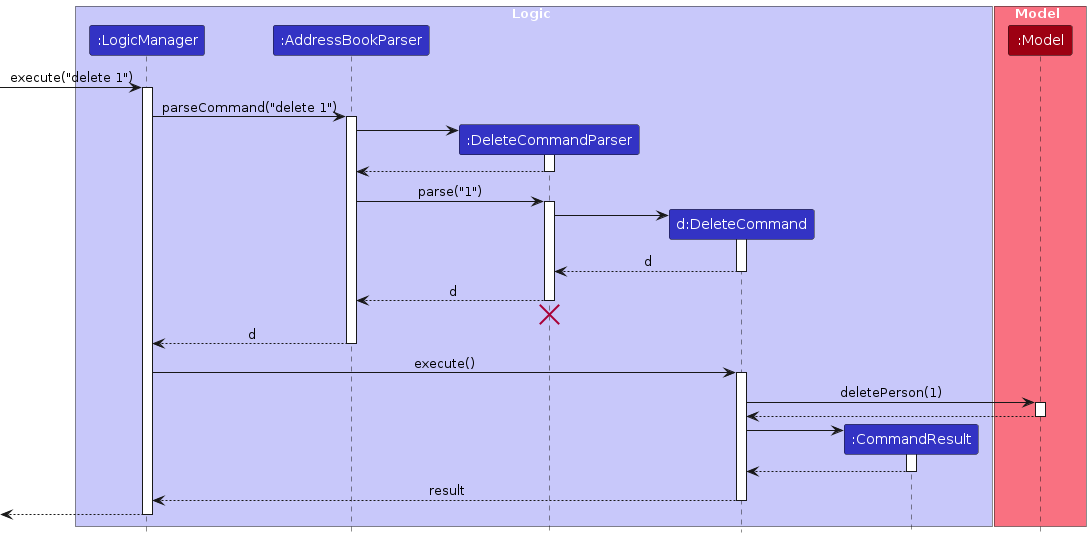
The PlantUML diagram diagrams/DeleteSequenceDiagram.png in craigtonlian/tp, before a commit. Its source is kept beside it as diagrams/DeleteSequenceDiagram.puml. Its diagram source:
```plantuml
@startuml
!include style.puml
skinparam ArrowFontStyle plain

box Logic LOGIC_COLOR_T1
participant ":LogicManager" as LogicManager LOGIC_COLOR
participant ":AddressBookParser" as AddressBookParser LOGIC_COLOR
participant ":DeleteCommandParser" as DeleteCommandParser LOGIC_COLOR
participant "d:DeleteCommand" as DeleteCommand LOGIC_COLOR
participant ":CommandResult" as CommandResult LOGIC_COLOR
end box

box Model MODEL_COLOR_T1
participant ":Model" as Model MODEL_COLOR
end box

[-> LogicManager : execute("delete 1")
activate LogicManager

LogicManager -> AddressBookParser : parseCommand("delete 1")
activate AddressBookParser

create DeleteCommandParser
AddressBookParser -> DeleteCommandParser
activate DeleteCommandParser

DeleteCommandParser --> AddressBookParser
deactivate DeleteCommandParser

AddressBookParser -> DeleteCommandParser : parse("1")
activate DeleteCommandParser

create DeleteCommand
DeleteCommandParser -> DeleteCommand
activate DeleteCommand

DeleteCommand --> DeleteCommandParser : d
deactivate DeleteCommand

DeleteCommandParser --> AddressBookParser : d
deactivate DeleteCommandParser
DeleteCommandParser -[hidden]-> AddressBookParser
destroy DeleteCommandParser

AddressBookParser --> LogicManager : d
deactivate AddressBookParser

LogicManager -> DeleteCommand : execute()
activate DeleteCommand

DeleteCommand -> Model : deletePerson(1)
activate Model

Model --> DeleteCommand
deactivate Model

create CommandResult
DeleteCommand -> CommandResult
activate CommandResult

CommandResult --> DeleteCommand
deactivate CommandResult

DeleteCommand --> LogicManager : result
deactivate DeleteCommand

[<--LogicManager
deactivate LogicManager
@enduml
```
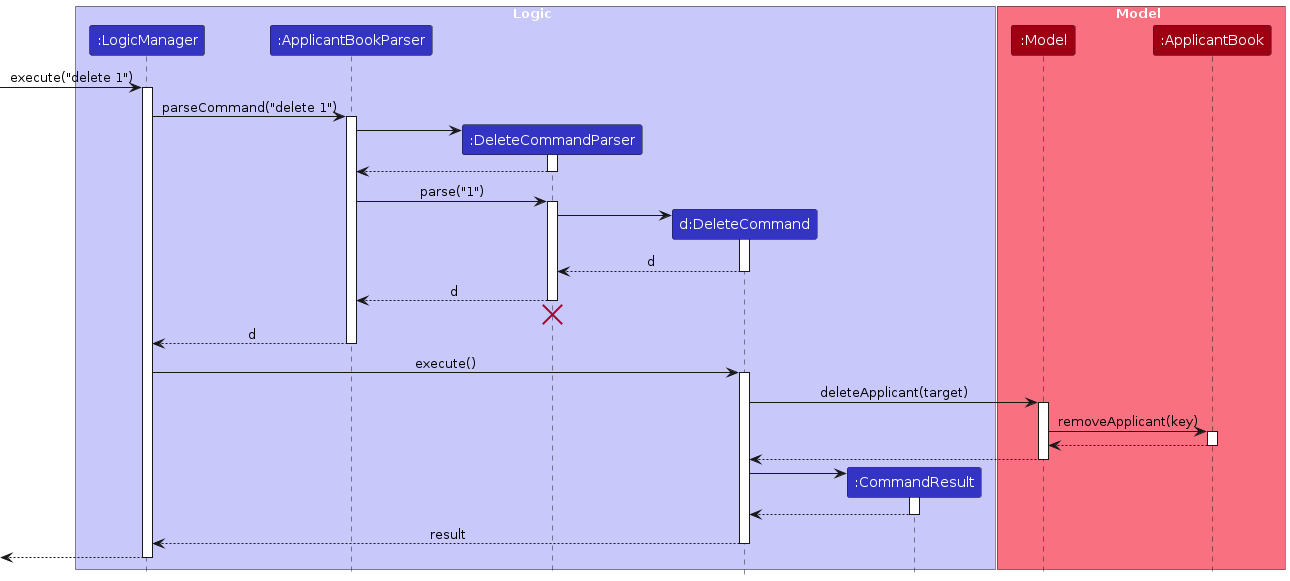
Later version of the same file.

Diff of the diagram source:
```diff
@@ -4,7 +4,7 @@
 
 box Logic LOGIC_COLOR_T1
 participant ":LogicManager" as LogicManager LOGIC_COLOR
-participant ":AddressBookParser" as AddressBookParser LOGIC_COLOR
+participant ":ApplicantBookParser" as ApplicantBookParser LOGIC_COLOR
 participant ":DeleteCommandParser" as DeleteCommandParser LOGIC_COLOR
 participant "d:DeleteCommand" as DeleteCommand LOGIC_COLOR
 participant ":CommandResult" as CommandResult LOGIC_COLOR
@@ -12,22 +12,23 @@
 
 box Model MODEL_COLOR_T1
 participant ":Model" as Model MODEL_COLOR
+participant ":ApplicantBook" as ApplicantBook MODEL_COLOR
 end box
 
 [-> LogicManager : execute("delete 1")
 activate LogicManager
 
-LogicManager -> AddressBookParser : parseCommand("delete 1")
-activate AddressBookParser
+LogicManager -> ApplicantBookParser : parseCommand("delete 1")
+activate ApplicantBookParser
 
 create DeleteCommandParser
-AddressBookParser -> DeleteCommandParser
+ApplicantBookParser -> DeleteCommandParser
 activate DeleteCommandParser
 
-DeleteCommandParser --> AddressBookParser
+DeleteCommandParser --> ApplicantBookParser
 deactivate DeleteCommandParser
 
-AddressBookParser -> DeleteCommandParser : parse("1")
+ApplicantBookParser -> DeleteCommandParser : parse("1")
 activate DeleteCommandParser
 
 create DeleteCommand
@@ -37,19 +38,25 @@
 DeleteCommand --> DeleteCommandParser : d
 deactivate DeleteCommand
 
-DeleteCommandParser --> AddressBookParser : d
+DeleteCommandParser --> ApplicantBookParser : d
 deactivate DeleteCommandParser
-DeleteCommandParser -[hidden]-> AddressBookParser
+DeleteCommandParser -[hidden]-> ApplicantBookParser
 destroy DeleteCommandParser
 
-AddressBookParser --> LogicManager : d
-deactivate AddressBookParser
+ApplicantBookParser --> LogicManager : d
+deactivate ApplicantBookParser
 
 LogicManager -> DeleteCommand : execute()
 activate DeleteCommand
 
-DeleteCommand -> Model : deletePerson(1)
+DeleteCommand -> Model : deleteApplicant(target)
 activate Model
+
+Model -> ApplicantBook : removeApplicant(key)
+activate ApplicantBook
+
+ApplicantBook --> Model
+deactivate ApplicantBook
 
 Model --> DeleteCommand
 deactivate Model
```
